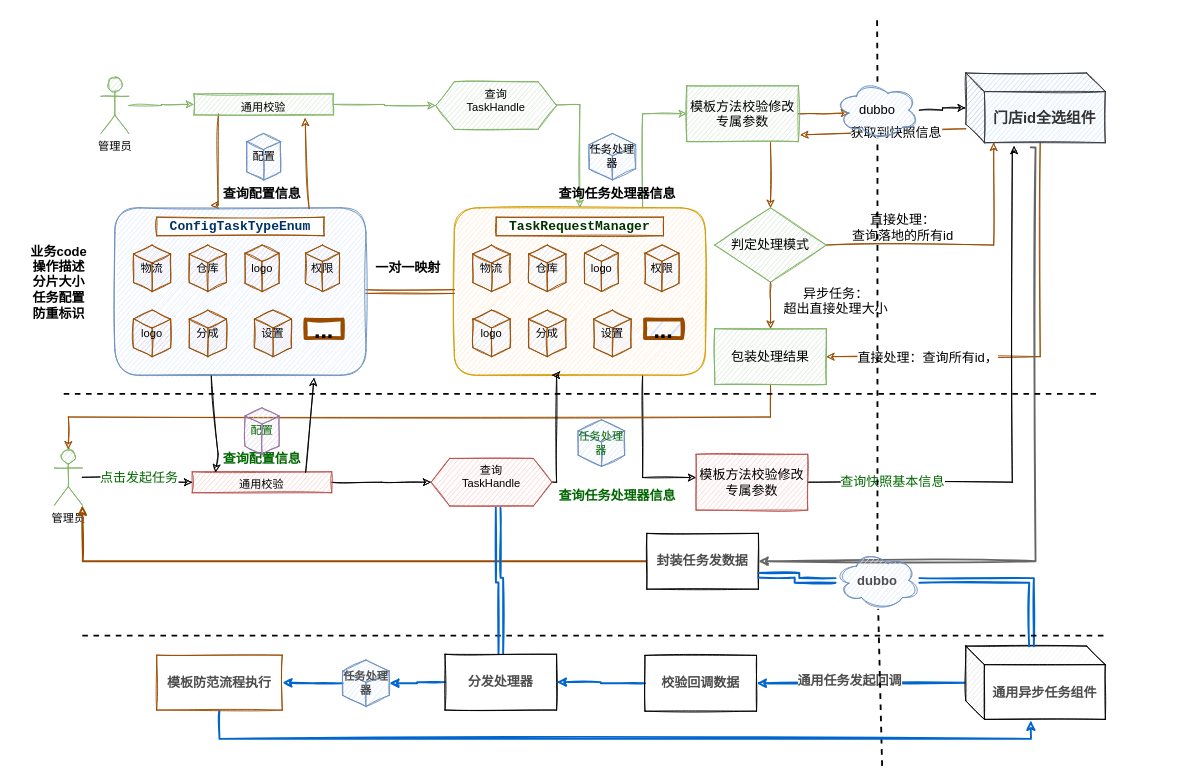
This is 全量修改.drawio from cb2s/goodGoodStudy, a draw.io file, before an edit. Source tidied: cells renumbered, new cells numbered last; positions are measured from the earlier drawing's top-left corner, leaving out a move shared by most shapes. Both pictures are drawn from the tidied source at 93%, with x=0, y=0 at pixel (26, 17).
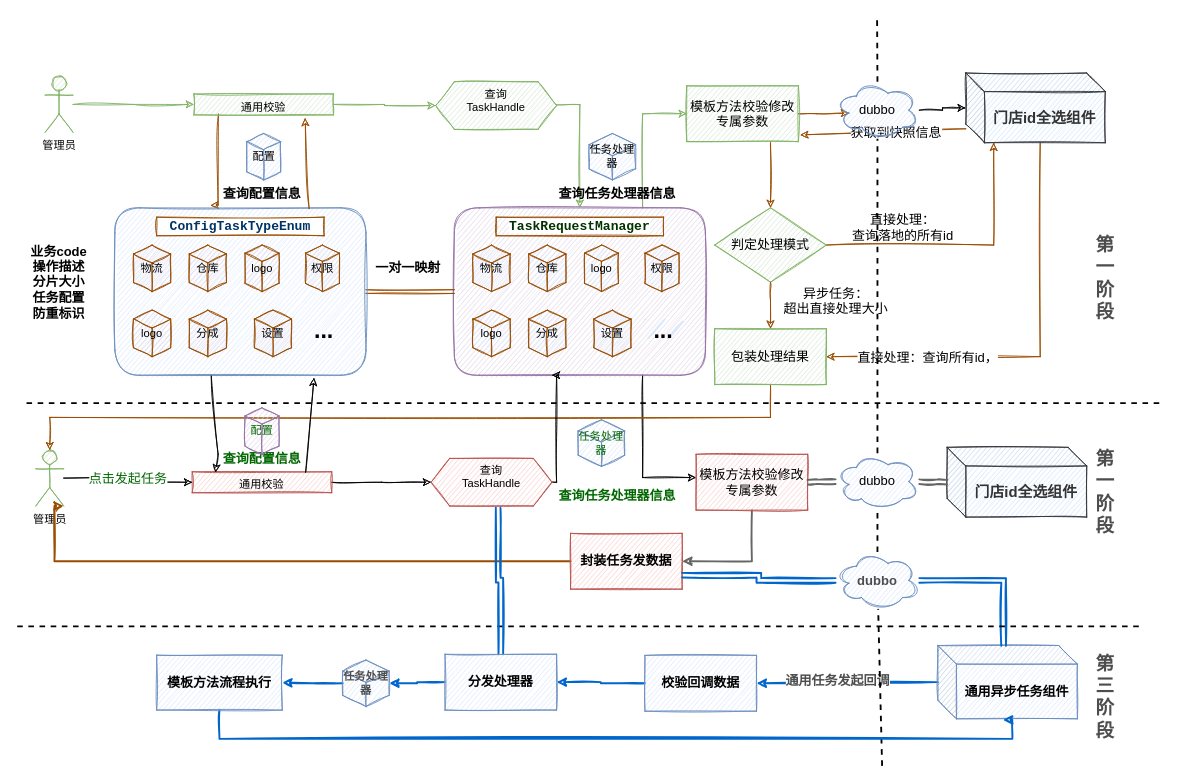
The same diagram, later.

Commit message (it also covers changes not shown here):
更新全量修改.drawio

Unchanged cells that the change refers to:
```xml
<mxCell id="49" value="&lt;font color=&quot;#333333&quot; style=&quot;font-size: 16px&quot;&gt;&lt;b&gt;门店id全选组件&lt;/b&gt;&lt;/font&gt;" style="shape=cube;whiteSpace=wrap;html=1;boundedLbl=1;backgroundOutline=1;darkOpacity=0.05;darkOpacity2=0.1;sketch=1;strokeWidth=1;fillColor=#cce5ff;fontSize=14;strokeColor=#36393d;" parent="1" vertex="1">
  <mxGeometry x="1010" y="60" width="150" height="75" as="geometry" />
</mxCell>
<mxCell id="73" value="模板方法校验修改专属参数" style="rounded=0;whiteSpace=wrap;html=1;sketch=1;strokeWidth=1;fillColor=#f8cecc;fontSize=14;labelBorderColor=none;strokeColor=#b85450;" parent="1" vertex="1">
  <mxGeometry x="720" y="470" width="120" height="60" as="geometry" />
</mxCell>
<mxCell id="84" value="dubbo" style="ellipse;shape=cloud;whiteSpace=wrap;html=1;sketch=1;strokeWidth=1;fillColor=#dae8fc;fontSize=14;strokeColor=#6c8ebf;labelBorderColor=none;fontColor=#4D4D4D;fontStyle=1;" parent="1" vertex="1">
  <mxGeometry x="870" y="575" width="90" height="61.2" as="geometry" />
</mxCell>
<mxCell id="86" value="dubbo" style="ellipse;shape=cloud;whiteSpace=wrap;html=1;sketch=1;strokeWidth=1;fillColor=#dae8fc;fontSize=14;strokeColor=#6c8ebf;" parent="1" vertex="1">
  <mxGeometry x="870" y="69.4" width="90" height="61.2" as="geometry" />
</mxCell>
```

The edit, as a diff of the source:
```diff
@@
     <mxCell id="3" value="管理员" style="shape=umlActor;verticalLabelPosition=bottom;verticalAlign=top;html=1;outlineConnect=0;sketch=1;strokeColor=#82b366;fillColor=#d5e8d4;" parent="1" vertex="1">
-      <mxGeometry x="80" y="65" width="30" height="60" as="geometry" />
+      <mxGeometry x="20" y="63.8" width="30" height="60" as="geometry" />
     </mxCell>
@@
-    <mxCell id="9" style="rounded=1;whiteSpace=wrap;html=1;sketch=1;fillColor=#ffe6cc;strokeColor=#d79b00;" parent="1" vertex="1">
+    <mxCell id="9" style="rounded=1;whiteSpace=wrap;html=1;sketch=1;fillColor=#e1d5e7;strokeColor=#9673a6;" parent="1" vertex="1">
       <mxGeometry x="460" y="205" width="270" height="180" as="geometry" />
     </mxCell>
@@
-    <mxCell id="17" value="..." style="text;html=1;fillColor=#dae8fc;align=center;verticalAlign=middle;whiteSpace=wrap;rounded=0;sketch=1;strokeWidth=4;fontStyle=1;fontSize=25;strokeColor=#994C00;" parent="1" vertex="1">
+    <mxCell id="17" value="..." style="text;html=1;fillColor=#dae8fc;align=center;verticalAlign=middle;whiteSpace=wrap;rounded=0;sketch=1;strokeWidth=4;fontStyle=1;fontSize=25;" parent="1" vertex="1">
       <mxGeometry x="665" y="325" width="40" height="20" as="geometry" />
     </mxCell>
@@
-    <mxCell id="31" value="..." style="text;html=1;align=center;verticalAlign=middle;whiteSpace=wrap;rounded=0;sketch=1;strokeWidth=4;fontStyle=1;fontSize=25;fillColor=#ffffff;strokeColor=#994C00;" parent="1" vertex="1">
+    <mxCell id="31" value="..." style="text;html=1;align=center;verticalAlign=middle;whiteSpace=wrap;rounded=0;sketch=1;strokeWidth=4;fontStyle=1;fontSize=25;" parent="1" vertex="1">
       <mxGeometry x="300" y="325" width="40" height="20" as="geometry" />
     </mxCell>
@@
-    <mxCell id="48" style="edgeStyle=orthogonalEdgeStyle;rounded=0;sketch=1;jettySize=auto;html=1;exitX=0;exitY=0;exitDx=70;exitDy=80;exitPerimeter=0;entryX=1;entryY=0.5;entryDx=0;entryDy=0;strokeWidth=2;fontSize=14;fontColor=#006600;strokeColor=#666666;" parent="1" edge="1" source="49" target="75">
-      <mxGeometry relative="1" as="geometry">
-        <Array as="points">
-          <mxPoint x="1085" y="140" />
-          <mxPoint x="1085" y="585" />
-        </Array>
-      </mxGeometry>
-    </mxCell>
@@
     <mxCell id="57" style="endArrow=none;dashed=1;html=1;fontSize=14;fontColor=#006600;labelBorderColor=none;strokeWidth=2;" parent="1" edge="1">
       <mxGeometry relative="1" as="geometry">
-        <mxPoint x="40" y="405" as="sourcePoint" />
-        <mxPoint x="1150" y="405" as="targetPoint" />
+        <mxPoint y="415" as="sourcePoint" />
+        <mxPoint x="1220" y="415" as="targetPoint" />
       </mxGeometry>
     </mxCell>
@@
     <mxCell id="64" value="管理员" style="shape=umlActor;verticalLabelPosition=bottom;verticalAlign=top;html=1;outlineConnect=0;sketch=1;labelBorderColor=none;fillColor=#d5e8d4;strokeColor=#82b366;" parent="1" vertex="1">
-      <mxGeometry x="30" y="464.7" width="30" height="60" as="geometry" />
+      <mxGeometry x="10" y="465.6" width="30" height="60" as="geometry" />
     </mxCell>
@@
-    <mxCell id="71" style="edgeStyle=orthogonalEdgeStyle;rounded=0;sketch=1;jettySize=auto;html=1;exitX=1;exitY=0.5;exitDx=0;exitDy=0;entryX=0.346;entryY=1.047;entryDx=0;entryDy=0;entryPerimeter=0;fontSize=14;" parent="1" edge="1" source="73" target="49">
-      <mxGeometry relative="1" as="geometry">
-        <Array as="points">
-          <mxPoint x="1060" y="500" />
-          <mxPoint x="1060" y="144" />
-        </Array>
-      </mxGeometry>
-    </mxCell>
-    <mxCell id="72" value="查询快照基本信息" style="edgeLabel;html=1;align=center;verticalAlign=middle;fontSize=14;fontColor=#006600;labelBorderColor=none;" parent="71" vertex="1">
-      <mxGeometry x="-0.69" y="1" relative="1" as="geometry" />
-    </mxCell>
+    <mxCell id="95" style="edgeStyle=orthogonalEdgeStyle;rounded=0;sketch=1;jettySize=auto;html=1;strokeColor=#666666;strokeWidth=2;fontSize=20;" parent="1" edge="1" source="73" target="75">
+      <mxGeometry relative="1" as="geometry">
+        <Array as="points">
+          <mxPoint x="780" y="585" />
+        </Array>
+      </mxGeometry>
+    </mxCell>
@@
-    <mxCell id="74" style="edgeStyle=orthogonalEdgeStyle;rounded=0;sketch=1;jettySize=auto;html=1;strokeColor=#994C00;strokeWidth=2;fontSize=14;fontColor=#006600;" parent="1" edge="1" source="75">
+    <mxCell id="74" style="edgeStyle=orthogonalEdgeStyle;rounded=0;sketch=1;jettySize=auto;html=1;strokeColor=#994C00;strokeWidth=2;fontSize=14;fontColor=#006600;entryX=1;entryY=1;entryDx=0;entryDy=0;entryPerimeter=0;" parent="1" edge="1" source="75" target="64">
       <mxGeometry relative="1" as="geometry">
-        <mxPoint x="60" y="525" as="targetPoint" />
+        <Array as="points">
+          <mxPoint x="30" y="585" />
+          <mxPoint x="30" y="526" />
+        </Array>
       </mxGeometry>
     </mxCell>
-    <mxCell id="75" value="封装任务发数据" style="rounded=0;whiteSpace=wrap;html=1;sketch=1;strokeWidth=1;fillColor=#ffffff;fontSize=14;labelBorderColor=none;fontColor=#4D4D4D;fontStyle=1;" parent="1" vertex="1">
-      <mxGeometry x="667" y="555" width="120" height="60" as="geometry" />
+    <mxCell id="75" value="封装任务发数据" style="rounded=0;whiteSpace=wrap;html=1;sketch=1;strokeWidth=1;fillColor=#f8cecc;fontSize=14;labelBorderColor=none;fontStyle=1;strokeColor=#b85450;" parent="1" vertex="1">
+      <mxGeometry x="585" y="555" width="120" height="60" as="geometry" />
     </mxCell>
@@
-    <mxCell id="78" value="通用异步任务组件" style="shape=cube;whiteSpace=wrap;html=1;boundedLbl=1;backgroundOutline=1;darkOpacity=0.05;darkOpacity2=0.1;sketch=1;strokeWidth=1;fillColor=#ffffff;fontSize=14;labelBorderColor=none;fontColor=#4D4D4D;fontStyle=1;" parent="1" vertex="1">
-      <mxGeometry x="1010" y="676.2" width="150" height="78.8" as="geometry" />
+    <mxCell id="78" value="通用异步任务组件" style="shape=cube;whiteSpace=wrap;html=1;boundedLbl=1;backgroundOutline=1;darkOpacity=0.05;darkOpacity2=0.1;sketch=1;strokeWidth=1;fillColor=#dae8fc;fontSize=14;labelBorderColor=none;fontStyle=1;strokeColor=#6c8ebf;" parent="1" vertex="1">
+      <mxGeometry x="980" y="675.6" width="150" height="78.8" as="geometry" />
     </mxCell>
@@
-    <mxCell id="82" value="校验回调数据" style="rounded=0;whiteSpace=wrap;html=1;sketch=1;strokeWidth=1;fillColor=#ffffff;fontSize=14;labelBorderColor=none;fontColor=#4D4D4D;fontStyle=1;" parent="1" vertex="1">
+    <mxCell id="82" value="校验回调数据" style="rounded=0;whiteSpace=wrap;html=1;sketch=1;strokeWidth=1;fillColor=#dae8fc;fontSize=14;labelBorderColor=none;fontStyle=1;strokeColor=#6c8ebf;" parent="1" vertex="1">
       <mxGeometry x="665" y="686.2" width="120" height="60" as="geometry" />
     </mxCell>
     <mxCell id="83" style="endArrow=none;dashed=1;html=1;fontSize=14;labelBorderColor=none;strokeWidth=2;fontColor=#4D4D4D;fontStyle=1;" parent="1" edge="1">
       <mxGeometry relative="1" as="geometry">
-        <mxPoint x="60" y="665" as="sourcePoint" />
-        <mxPoint x="1160" y="665" as="targetPoint" />
+        <mxPoint x="-10" y="655" as="sourcePoint" />
+        <mxPoint x="1200" y="655" as="targetPoint" />
       </mxGeometry>
     </mxCell>
@@
-    <mxCell id="87" style="endArrow=none;dashed=1;html=1;fontSize=14;strokeWidth=2;" parent="1" edge="1" source="84" target="86">
+    <mxCell id="87" style="endArrow=none;dashed=1;html=1;fontSize=14;strokeWidth=2;" parent="1" edge="1" source="102" target="86">
       <mxGeometry relative="1" as="geometry" />
     </mxCell>
@@
-    <mxCell id="90" value="分发处理器" style="rounded=0;whiteSpace=wrap;html=1;sketch=1;strokeWidth=1;fillColor=#ffffff;fontSize=14;labelBorderColor=none;fontColor=#4D4D4D;fontStyle=1;" parent="1" vertex="1">
+    <mxCell id="90" value="分发处理器" style="rounded=0;whiteSpace=wrap;html=1;sketch=1;strokeWidth=1;fillColor=#dae8fc;fontSize=14;labelBorderColor=none;fontStyle=1;strokeColor=#6c8ebf;" parent="1" vertex="1">
       <mxGeometry x="450" y="685" width="120" height="60" as="geometry" />
     </mxCell>
@@
     <mxCell id="93" style="edgeStyle=orthogonalEdgeStyle;rounded=0;sketch=1;jettySize=auto;html=1;entryX=0;entryY=0;entryDx=70;entryDy=80;entryPerimeter=0;strokeColor=#0066CC;strokeWidth=2;fontSize=14;fontColor=#4D4D4D;fontStyle=1;" parent="1" edge="1" source="94" target="78">
       <mxGeometry relative="1" as="geometry">
         <Array as="points">
           <mxPoint x="208" y="776" />
-          <mxPoint x="1080" y="776" />
+          <mxPoint x="1060" y="776" />
+          <mxPoint x="1060" y="756" />
         </Array>
       </mxGeometry>
     </mxCell>
-    <mxCell id="94" value="模板防范流程执行" style="rounded=0;whiteSpace=wrap;html=1;sketch=1;strokeColor=#994C00;strokeWidth=1;fillColor=#ffffff;fontSize=14;fontColor=#4D4D4D;fontStyle=1;" parent="1" vertex="1">
+    <mxCell id="94" value="模板方法流程执行" style="rounded=0;whiteSpace=wrap;html=1;sketch=1;strokeColor=#6c8ebf;strokeWidth=1;fillColor=#dae8fc;fontSize=14;fontStyle=1;" parent="1" vertex="1">
       <mxGeometry x="140" y="686" width="135" height="59" as="geometry" />
     </mxCell>
+    <mxCell id="96" value="第一阶段" style="text;html=1;strokeColor=none;fillColor=none;align=center;verticalAlign=middle;whiteSpace=wrap;rounded=0;sketch=1;fontSize=20;fontColor=#4D4D4D;fontStyle=1;" parent="1" vertex="1">
+      <mxGeometry x="1140" y="215" width="40" height="130" as="geometry" />
+    </mxCell>
+    <mxCell id="97" value="第一阶段" style="text;html=1;strokeColor=none;fillColor=none;align=center;verticalAlign=middle;whiteSpace=wrap;rounded=0;sketch=1;fontSize=20;fontColor=#4D4D4D;fontStyle=1;" parent="1" vertex="1">
+      <mxGeometry x="1140" y="445" width="40" height="130" as="geometry" />
+    </mxCell>
+    <mxCell id="98" value="第三阶段" style="text;html=1;strokeColor=none;fillColor=none;align=center;verticalAlign=middle;whiteSpace=wrap;rounded=0;sketch=1;fontSize=20;fontColor=#4D4D4D;fontStyle=1;" parent="1" vertex="1">
+      <mxGeometry x="1140" y="665" width="40" height="130" as="geometry" />
+    </mxCell>
+    <mxCell id="99" value="&lt;font color=&quot;#333333&quot; style=&quot;font-size: 16px&quot;&gt;&lt;b&gt;门店id全选组件&lt;/b&gt;&lt;/font&gt;" style="shape=cube;whiteSpace=wrap;html=1;boundedLbl=1;backgroundOutline=1;darkOpacity=0.05;darkOpacity2=0.1;sketch=1;strokeWidth=1;fillColor=#cce5ff;fontSize=14;strokeColor=#36393d;" parent="1" vertex="1">
+      <mxGeometry x="990" y="462.5" width="150" height="75" as="geometry" />
+    </mxCell>
+    <mxCell id="100" style="edgeStyle=orthogonalEdgeStyle;shape=link;rounded=0;sketch=1;jettySize=auto;html=1;strokeColor=#666666;strokeWidth=2;fontSize=20;fontColor=#4D4D4D;" parent="1" edge="1" source="102" target="99">
+      <mxGeometry relative="1" as="geometry" />
+    </mxCell>
+    <mxCell id="101" style="edgeStyle=orthogonalEdgeStyle;shape=link;rounded=0;sketch=1;jettySize=auto;html=1;entryX=1;entryY=0.5;entryDx=0;entryDy=0;strokeColor=#666666;strokeWidth=2;fontSize=20;fontColor=#4D4D4D;" parent="1" edge="1" source="102" target="73">
+      <mxGeometry relative="1" as="geometry" />
+    </mxCell>
+    <mxCell id="102" value="dubbo" style="ellipse;shape=cloud;whiteSpace=wrap;html=1;sketch=1;strokeWidth=1;fillColor=#dae8fc;fontSize=14;strokeColor=#6c8ebf;" parent="1" vertex="1">
+      <mxGeometry x="870" y="468.8" width="90" height="61.2" as="geometry" />
+    </mxCell>
+    <mxCell id="103" style="endArrow=none;dashed=1;html=1;fontSize=14;strokeWidth=2;" parent="1" edge="1" source="84" target="102">
+      <mxGeometry relative="1" as="geometry" />
+    </mxCell>
```
